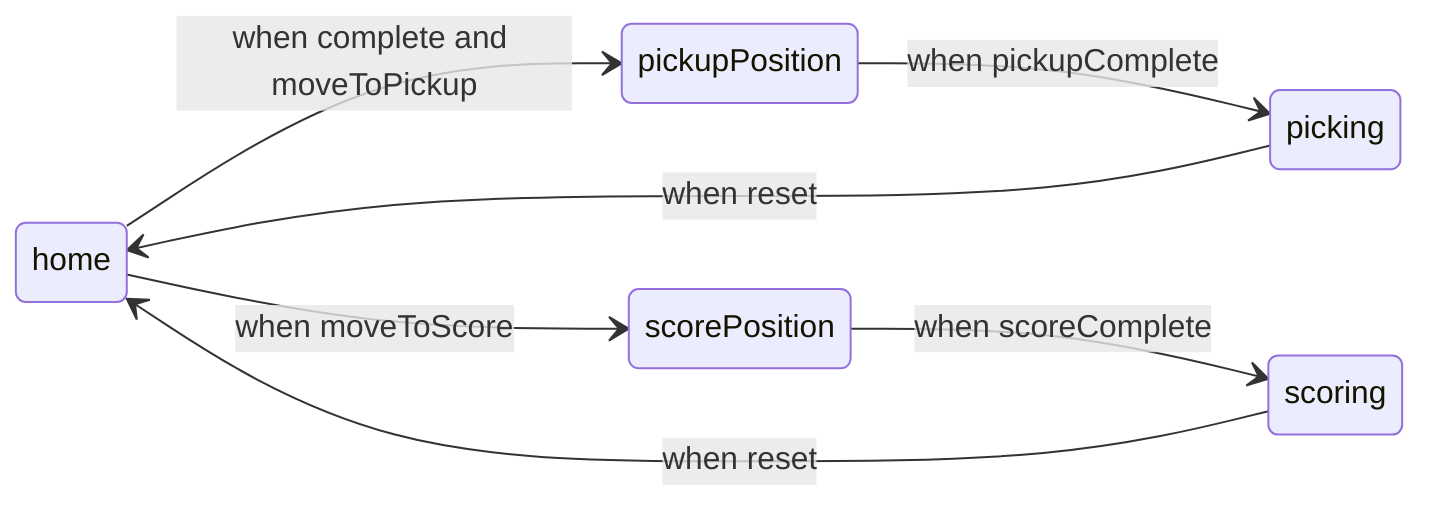
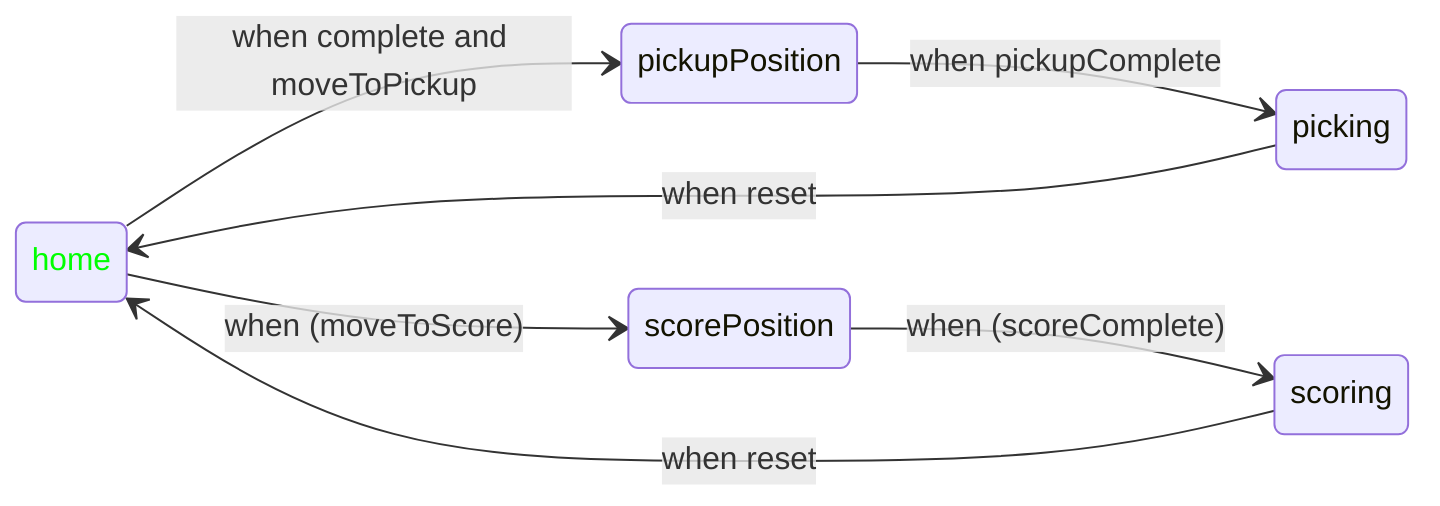
stateDiagram-v2
    direction LR

    home --> pickupPosition : when complete and moveToPickup
    pickupPosition --> picking : when pickupComplete
    picking --> home : when reset
-     home --> scorePosition : when moveToScore
-     scorePosition --> scoring : when scoreComplete
+     home --> scorePosition : when (moveToScore)
+     scorePosition --> scoring : when (scoreComplete)
    scoring --> home : when reset
+ 
+     classDef initialState color:#00FF00
+     class home initialState